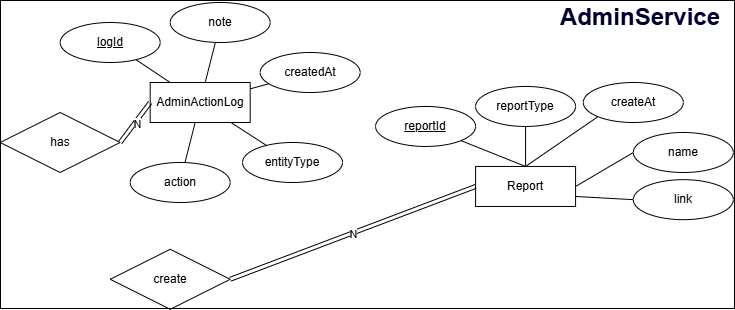
Before: images/chap6/erd/new-admin-service-erd.png, a diagram exported from draw.io (quechivvt/ecommerce-ai-agent-report). Source tidied: cells renumbered, new cells last; positions are measured from the earlier drawing's top-left corner, leaving out a move shared by most shapes.
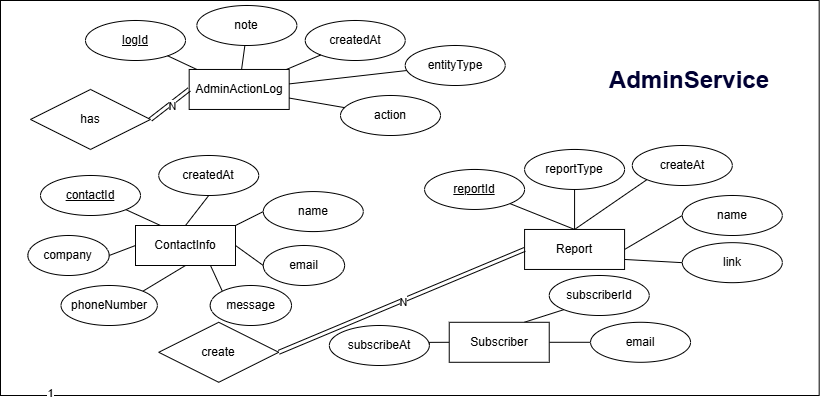
Later version of the same file.

Change to the diagram source:
```diff
@@ -2,96 +2,168 @@
   <root>
     <mxCell id="0" />
     <mxCell id="1" parent="0" />
-    <mxCell id="2" value="AdminActionLog" style="whiteSpace=wrap;html=1;align=center;" parent="1" vertex="1">
-      <mxGeometry x="149.7" y="83" width="100" height="40" as="geometry" />
+    <mxCell id="2" style="rounded=0;whiteSpace=wrap;html=1;" parent="1" vertex="1">
+      <mxGeometry x="-49" y="-62" width="818.7" height="395" as="geometry" />
     </mxCell>
-    <mxCell id="3" value="logId" style="ellipse;whiteSpace=wrap;html=1;align=center;fontStyle=4;" parent="1" vertex="1">
-      <mxGeometry x="59.7" y="23" width="100" height="40" as="geometry" />
+    <mxCell id="3" value="AdminActionLog" style="whiteSpace=wrap;html=1;align=center;" parent="1" vertex="1">
+      <mxGeometry x="139.7" y="7" width="100" height="40" as="geometry" />
     </mxCell>
-    <mxCell id="4" value="entityType" style="ellipse;whiteSpace=wrap;html=1;align=center;" parent="1" vertex="1">
-      <mxGeometry x="242" y="143" width="100" height="40" as="geometry" />
+    <mxCell id="4" value="logId" style="ellipse;whiteSpace=wrap;html=1;align=center;fontStyle=4;" parent="1" vertex="1">
+      <mxGeometry x="36" y="-42" width="100" height="40" as="geometry" />
     </mxCell>
-    <mxCell id="5" value="note" style="ellipse;whiteSpace=wrap;html=1;align=center;" parent="1" vertex="1">
-      <mxGeometry x="169.7" y="3" width="100" height="40" as="geometry" />
+    <mxCell id="5" value="entityType" style="ellipse;whiteSpace=wrap;html=1;align=center;" parent="1" vertex="1">
+      <mxGeometry x="355.7" y="-17" width="100" height="40" as="geometry" />
     </mxCell>
-    <mxCell id="6" value="action" style="ellipse;whiteSpace=wrap;html=1;align=center;" parent="1" vertex="1">
-      <mxGeometry x="129.7" y="163" width="100" height="40" as="geometry" />
+    <mxCell id="6" value="note" style="ellipse;whiteSpace=wrap;html=1;align=center;" parent="1" vertex="1">
+      <mxGeometry x="147.4" y="-57" width="100" height="40" as="geometry" />
     </mxCell>
-    <mxCell id="7" value="createdAt" style="ellipse;whiteSpace=wrap;html=1;align=center;" parent="1" vertex="1">
-      <mxGeometry x="259.7" y="53" width="100" height="40" as="geometry" />
+    <mxCell id="7" value="action" style="ellipse;whiteSpace=wrap;html=1;align=center;" parent="1" vertex="1">
+      <mxGeometry x="291" y="33" width="100" height="40" as="geometry" />
     </mxCell>
-    <mxCell id="8" style="endArrow=none;html=1;rounded=0;" parent="1" edge="1" source="3" target="2">
-      <mxGeometry relative="1" as="geometry" />
+    <mxCell id="8" value="createdAt" style="ellipse;whiteSpace=wrap;html=1;align=center;" parent="1" vertex="1">
+      <mxGeometry x="255.7" y="-42" width="100" height="40" as="geometry" />
     </mxCell>
-    <mxCell id="9" style="endArrow=none;html=1;rounded=0;" parent="1" edge="1" source="6" target="2">
+    <mxCell id="9" style="endArrow=none;html=1;rounded=0;" parent="1" edge="1" source="4" target="3">
       <mxGeometry relative="1" as="geometry" />
     </mxCell>
-    <mxCell id="10" style="endArrow=none;html=1;rounded=0;" parent="1" edge="1" source="4" target="2">
+    <mxCell id="10" style="endArrow=none;html=1;rounded=0;" parent="1" edge="1" source="7" target="3">
       <mxGeometry relative="1" as="geometry" />
     </mxCell>
-    <mxCell id="11" style="endArrow=none;html=1;rounded=0;" parent="1" edge="1" source="5" target="2">
+    <mxCell id="11" style="endArrow=none;html=1;rounded=0;" parent="1" edge="1" source="5" target="3">
       <mxGeometry relative="1" as="geometry" />
     </mxCell>
-    <mxCell id="12" style="endArrow=none;html=1;rounded=0;" parent="1" edge="1" source="2" target="7">
+    <mxCell id="12" style="endArrow=none;html=1;rounded=0;" parent="1" edge="1" source="6" target="3">
       <mxGeometry relative="1" as="geometry" />
     </mxCell>
-    <mxCell id="13" value="has" style="shape=rhombus;perimeter=rhombusPerimeter;whiteSpace=wrap;html=1;align=center;" parent="1" vertex="1">
-      <mxGeometry x="-0.3" y="113" width="120" height="60" as="geometry" />
+    <mxCell id="13" style="endArrow=none;html=1;rounded=0;" parent="1" edge="1" source="3" target="8">
+      <mxGeometry relative="1" as="geometry" />
     </mxCell>
-    <mxCell id="14" style="shape=link;html=1;rounded=0;exitX=1;exitY=0.5;exitDx=0;exitDy=0;entryX=0;entryY=0.5;entryDx=0;entryDy=0;" parent="1" edge="1" source="13" target="2">
-      <mxGeometry relative="1" as="geometry" />
+    <mxCell id="14" value="has" style="shape=rhombus;perimeter=rhombusPerimeter;whiteSpace=wrap;html=1;align=center;" parent="1" vertex="1">
+      <mxGeometry x="-19" y="27" width="120" height="60" as="geometry" />
     </mxCell>
-    <mxCell id="15" value="N" style="edgeLabel;html=1;align=center;verticalAlign=middle;" parent="14" vertex="1">
-      <mxGeometry y="-1" relative="1" as="geometry">
-        <mxPoint x="1" as="offset" />
-      </mxGeometry>
+    <mxCell id="15" style="shape=link;html=1;rounded=0;exitX=1;exitY=0.5;exitDx=0;exitDy=0;entryX=0;entryY=0.5;entryDx=0;entryDy=0;" parent="1" edge="1" source="14" target="3">
+      <mxGeometry relative="1" as="geometry" />
     </mxCell>
-    <mxCell id="16" style="rounded=0;jettySize=auto;html=1;exitX=1;exitY=0.5;exitDx=0;exitDy=0;entryX=0;entryY=0.5;entryDx=0;entryDy=0;endArrow=none;endFill=0;" parent="1" edge="1" source="18" target="28">
-      <mxGeometry relative="1" as="geometry" />
+    <mxCell id="16" value="N" style="edgeLabel;html=1;align=center;verticalAlign=middle;" parent="15" vertex="1">
+      <mxGeometry y="-1" relative="1" as="geometry">
+        <mxPoint x="1" as="offset" />
+      </mxGeometry>
     </mxCell>
-    <mxCell id="17" style="rounded=0;jettySize=auto;html=1;exitX=1;exitY=0.75;exitDx=0;exitDy=0;entryX=0;entryY=0.5;entryDx=0;entryDy=0;endArrow=none;endFill=0;" parent="1" edge="1" source="18" target="29">
+    <mxCell id="17" style="rounded=0;jettySize=auto;html=1;exitX=1;exitY=0.5;exitDx=0;exitDy=0;entryX=0;entryY=0.5;entryDx=0;entryDy=0;endArrow=none;endFill=0;" parent="1" edge="1" source="19" target="30">
       <mxGeometry relative="1" as="geometry" />
     </mxCell>
-    <mxCell id="18" value="Report" style="whiteSpace=wrap;html=1;align=center;" parent="1" vertex="1">
-      <mxGeometry x="475.1" y="167" width="100" height="40" as="geometry" />
+    <mxCell id="18" style="rounded=0;jettySize=auto;html=1;exitX=1;exitY=0.75;exitDx=0;exitDy=0;entryX=0;entryY=0.5;entryDx=0;entryDy=0;endArrow=none;endFill=0;" parent="1" edge="1" source="19" target="31">
+      <mxGeometry relative="1" as="geometry" />
     </mxCell>
-    <mxCell id="19" value="reportId" style="ellipse;whiteSpace=wrap;html=1;align=center;fontStyle=4;" parent="1" vertex="1">
-      <mxGeometry x="375.1" y="107" width="100" height="40" as="geometry" />
+    <mxCell id="19" value="Report" style="whiteSpace=wrap;html=1;align=center;" parent="1" vertex="1">
+      <mxGeometry x="475.1" y="167" width="100" height="40" as="geometry" />
     </mxCell>
-    <mxCell id="20" value="reportType" style="ellipse;whiteSpace=wrap;html=1;align=center;" parent="1" vertex="1">
-      <mxGeometry x="475.1" y="87" width="100" height="40" as="geometry" />
+    <mxCell id="20" value="reportId" style="ellipse;whiteSpace=wrap;html=1;align=center;fontStyle=4;" parent="1" vertex="1">
+      <mxGeometry x="375.1" y="107" width="100" height="40" as="geometry" />
     </mxCell>
-    <mxCell id="21" value="createAt" style="ellipse;whiteSpace=wrap;html=1;align=center;" parent="1" vertex="1">
-      <mxGeometry x="582.8" y="83" width="100" height="40" as="geometry" />
+    <mxCell id="21" value="reportType" style="ellipse;whiteSpace=wrap;html=1;align=center;" parent="1" vertex="1">
+      <mxGeometry x="475.1" y="87" width="100" height="40" as="geometry" />
     </mxCell>
-    <mxCell id="22" style="endArrow=none;html=1;rounded=0;entryX=0;entryY=1;entryDx=0;entryDy=0;exitX=0.5;exitY=0;exitDx=0;exitDy=0;" parent="1" edge="1" source="18" target="21">
-      <mxGeometry relative="1" as="geometry" />
+    <mxCell id="22" value="createAt" style="ellipse;whiteSpace=wrap;html=1;align=center;" parent="1" vertex="1">
+      <mxGeometry x="582.8" y="83" width="100" height="40" as="geometry" />
     </mxCell>
-    <mxCell id="23" style="endArrow=none;html=1;rounded=0;exitX=0.5;exitY=0;exitDx=0;exitDy=0;entryX=0.5;entryY=1;entryDx=0;entryDy=0;" parent="1" edge="1" source="18" target="20">
+    <mxCell id="23" style="endArrow=none;html=1;rounded=0;entryX=0;entryY=1;entryDx=0;entryDy=0;exitX=0.5;exitY=0;exitDx=0;exitDy=0;" parent="1" edge="1" source="19" target="22">
       <mxGeometry relative="1" as="geometry" />
     </mxCell>
-    <mxCell id="24" style="endArrow=none;html=1;rounded=0;entryX=1;entryY=1;entryDx=0;entryDy=0;exitX=0.5;exitY=0;exitDx=0;exitDy=0;" parent="1" edge="1" source="18" target="19">
+    <mxCell id="24" style="endArrow=none;html=1;rounded=0;exitX=0.5;exitY=0;exitDx=0;exitDy=0;entryX=0.5;entryY=1;entryDx=0;entryDy=0;" parent="1" edge="1" source="19" target="21">
       <mxGeometry relative="1" as="geometry" />
     </mxCell>
-    <mxCell id="25" value="create" style="shape=rhombus;perimeter=rhombusPerimeter;whiteSpace=wrap;html=1;align=center;" parent="1" vertex="1">
-      <mxGeometry x="109.7" y="249.8" width="120" height="60" as="geometry" />
+    <mxCell id="25" style="endArrow=none;html=1;rounded=0;entryX=1;entryY=1;entryDx=0;entryDy=0;exitX=0.5;exitY=0;exitDx=0;exitDy=0;" parent="1" edge="1" source="19" target="20">
+      <mxGeometry relative="1" as="geometry" />
     </mxCell>
-    <mxCell id="26" style="shape=link;html=1;rounded=0;exitX=1;exitY=0.5;exitDx=0;exitDy=0;entryX=0;entryY=0.5;entryDx=0;entryDy=0;" parent="1" edge="1" source="25" target="18">
-      <mxGeometry relative="1" as="geometry" />
+    <mxCell id="26" value="create" style="shape=rhombus;perimeter=rhombusPerimeter;whiteSpace=wrap;html=1;align=center;" parent="1" vertex="1">
+      <mxGeometry x="109.2" y="259.8" width="120" height="60" as="geometry" />
     </mxCell>
-    <mxCell id="27" value="N" style="edgeLabel;html=1;align=center;verticalAlign=middle;" parent="26" vertex="1">
-      <mxGeometry y="-1" relative="1" as="geometry">
-        <mxPoint x="1" as="offset" />
-      </mxGeometry>
+    <mxCell id="27" value="1" style="edgeLabel;html=1;align=center;verticalAlign=middle;" parent="1" vertex="1">
+      <mxGeometry x="-0.1" y="330.3" as="geometry" />
     </mxCell>
-    <mxCell id="28" value="name" style="ellipse;whiteSpace=wrap;html=1;align=center;" parent="1" vertex="1">
-      <mxGeometry x="632.8" y="133" width="100" height="40" as="geometry" />
+    <mxCell id="28" style="shape=link;html=1;rounded=0;exitX=1;exitY=0.5;exitDx=0;exitDy=0;entryX=0;entryY=0.5;entryDx=0;entryDy=0;" parent="1" edge="1" source="26" target="19">
+      <mxGeometry relative="1" as="geometry" />
     </mxCell>
-    <mxCell id="29" value="link" style="ellipse;whiteSpace=wrap;html=1;align=center;" parent="1" vertex="1">
-      <mxGeometry x="632.8" y="180.2" width="100" height="40" as="geometry" />
+    <mxCell id="29" value="N" style="edgeLabel;html=1;align=center;verticalAlign=middle;points=[];" parent="28" vertex="1">
+      <mxGeometry y="-1" relative="1" as="geometry">
+        <mxPoint x="1" as="offset" />
+      </mxGeometry>
     </mxCell>
-    <mxCell id="30" value="&lt;font style=&quot;font-size: 24px;&quot;&gt;AdminService&lt;/font&gt;" style="text;html=1;whiteSpace=wrap;strokeColor=none;fillColor=none;align=center;verticalAlign=middle;rounded=0;fontStyle=1;fontColor=#000033;" parent="1" vertex="1">
-      <mxGeometry x="579.7" y="0.5" width="120" height="35" as="geometry" />
+    <mxCell id="30" value="name" style="ellipse;whiteSpace=wrap;html=1;align=center;" parent="1" vertex="1">
+      <mxGeometry x="632.8" y="133" width="100" height="40" as="geometry" />
     </mxCell>
+    <mxCell id="31" value="link" style="ellipse;whiteSpace=wrap;html=1;align=center;" parent="1" vertex="1">
+      <mxGeometry x="632.8" y="180.2" width="100" height="40" as="geometry" />
+    </mxCell>
+    <mxCell id="32" value="&lt;font style=&quot;font-size: 24px;&quot;&gt;AdminService&lt;/font&gt;" style="text;html=1;whiteSpace=wrap;strokeColor=none;fillColor=none;align=center;verticalAlign=middle;rounded=0;fontStyle=1;fontColor=#000033;" parent="1" vertex="1">
+      <mxGeometry x="579.7" y="0.5" width="120" height="35" as="geometry" />
+    </mxCell>
+    <mxCell id="33" style="edgeStyle=orthogonalEdgeStyle;rounded=0;jettySize=auto;html=1;exitX=1;exitY=0.5;exitDx=0;exitDy=0;endArrow=none;endFill=0;" parent="1" edge="1" source="36" target="37">
+      <mxGeometry relative="1" as="geometry" />
+    </mxCell>
+    <mxCell id="34" style="rounded=0;jettySize=auto;html=1;exitX=0.75;exitY=0;exitDx=0;exitDy=0;entryX=0;entryY=1;entryDx=0;entryDy=0;endArrow=none;endFill=0;" parent="1" edge="1" source="36" target="38">
+      <mxGeometry relative="1" as="geometry" />
+    </mxCell>
+    <mxCell id="35" style="edgeStyle=orthogonalEdgeStyle;rounded=0;jettySize=auto;html=1;exitX=0;exitY=0.5;exitDx=0;exitDy=0;entryX=1;entryY=0.5;entryDx=0;entryDy=0;endArrow=none;endFill=0;" parent="1" edge="1" source="36" target="39">
+      <mxGeometry relative="1" as="geometry" />
+    </mxCell>
+    <mxCell id="36" value="Subscriber" style="whiteSpace=wrap;html=1;align=center;" parent="1" vertex="1">
+      <mxGeometry x="399.7" y="259.8" width="100" height="40" as="geometry" />
+    </mxCell>
+    <mxCell id="37" value="email" style="ellipse;whiteSpace=wrap;html=1;align=center;" parent="1" vertex="1">
+      <mxGeometry x="541.1" y="259.8" width="100" height="40" as="geometry" />
+    </mxCell>
+    <mxCell id="38" value="subscriberId" style="ellipse;whiteSpace=wrap;html=1;align=center;" parent="1" vertex="1">
+      <mxGeometry x="499.7" y="213" width="100" height="40" as="geometry" />
+    </mxCell>
+    <mxCell id="39" value="subscribeAt" style="ellipse;whiteSpace=wrap;html=1;align=center;" parent="1" vertex="1">
+      <mxGeometry x="279.8" y="263" width="100" height="40" as="geometry" />
+    </mxCell>
+    <mxCell id="40" style="edgeStyle=none;rounded=0;jettySize=auto;html=1;exitX=0.25;exitY=0;exitDx=0;exitDy=0;entryX=1;entryY=1;entryDx=0;entryDy=0;endArrow=none;endFill=0;" parent="1" edge="1" source="47" target="48">
+      <mxGeometry relative="1" as="geometry" />
+    </mxCell>
+    <mxCell id="41" style="edgeStyle=none;rounded=0;jettySize=auto;html=1;exitX=0.5;exitY=0;exitDx=0;exitDy=0;entryX=0.5;entryY=1;entryDx=0;entryDy=0;endArrow=none;endFill=0;" parent="1" edge="1" source="47" target="49">
+      <mxGeometry relative="1" as="geometry" />
+    </mxCell>
+    <mxCell id="42" style="edgeStyle=none;rounded=0;jettySize=auto;html=1;exitX=1;exitY=0;exitDx=0;exitDy=0;entryX=0;entryY=0.5;entryDx=0;entryDy=0;endArrow=none;endFill=0;" parent="1" edge="1" source="47" target="50">
+      <mxGeometry relative="1" as="geometry" />
+    </mxCell>
+    <mxCell id="43" style="edgeStyle=none;rounded=0;jettySize=auto;html=1;exitX=1;exitY=0.5;exitDx=0;exitDy=0;entryX=0;entryY=0.5;entryDx=0;entryDy=0;endArrow=none;endFill=0;" parent="1" edge="1" source="47" target="53">
+      <mxGeometry relative="1" as="geometry" />
+    </mxCell>
+    <mxCell id="44" style="edgeStyle=none;rounded=0;jettySize=auto;html=1;exitX=0.75;exitY=1;exitDx=0;exitDy=0;entryX=0;entryY=0;entryDx=0;entryDy=0;endArrow=none;endFill=0;" parent="1" edge="1" source="47" target="54">
+      <mxGeometry relative="1" as="geometry" />
+    </mxCell>
+    <mxCell id="45" style="edgeStyle=none;rounded=0;jettySize=auto;html=1;exitX=0.5;exitY=1;exitDx=0;exitDy=0;entryX=1;entryY=0;entryDx=0;entryDy=0;endArrow=none;endFill=0;" parent="1" edge="1" source="47" target="52">
+      <mxGeometry relative="1" as="geometry" />
+    </mxCell>
+    <mxCell id="46" style="edgeStyle=none;rounded=0;jettySize=auto;html=1;exitX=0;exitY=0.5;exitDx=0;exitDy=0;entryX=1;entryY=0.5;entryDx=0;entryDy=0;endArrow=none;endFill=0;" parent="1" edge="1" source="47" target="51">
+      <mxGeometry relative="1" as="geometry" />
+    </mxCell>
+    <mxCell id="47" value="ContactInfo" style="whiteSpace=wrap;html=1;align=center;" parent="1" vertex="1">
+      <mxGeometry x="86" y="163" width="100" height="40" as="geometry" />
+    </mxCell>
+    <mxCell id="48" value="contactId" style="ellipse;whiteSpace=wrap;html=1;align=center;fontStyle=4;" parent="1" vertex="1">
+      <mxGeometry x="-9" y="113" width="100" height="40" as="geometry" />
+    </mxCell>
+    <mxCell id="49" value="createdAt" style="ellipse;whiteSpace=wrap;html=1;align=center;" parent="1" vertex="1">
+      <mxGeometry x="109.2" y="93" width="100" height="40" as="geometry" />
+    </mxCell>
+    <mxCell id="50" value="name" style="ellipse;whiteSpace=wrap;html=1;align=center;" parent="1" vertex="1">
+      <mxGeometry x="213.8" y="129.1" width="100" height="40" as="geometry" />
+    </mxCell>
+    <mxCell id="51" value="company" style="ellipse;whiteSpace=wrap;html=1;align=center;" parent="1" vertex="1">
+      <mxGeometry x="-21.6" y="173" width="81.3" height="40" as="geometry" />
+    </mxCell>
+    <mxCell id="52" value="phoneNumber" style="ellipse;whiteSpace=wrap;html=1;align=center;" parent="1" vertex="1">
+      <mxGeometry x="11.5" y="223" width="96.3" height="40" as="geometry" />
+    </mxCell>
+    <mxCell id="53" value="email" style="ellipse;whiteSpace=wrap;html=1;align=center;" parent="1" vertex="1">
+      <mxGeometry x="213.8" y="183" width="81.3" height="40" as="geometry" />
+    </mxCell>
+    <mxCell id="54" value="message" style="ellipse;whiteSpace=wrap;html=1;align=center;" parent="1" vertex="1">
+      <mxGeometry x="160.7" y="223" width="81.3" height="40" as="geometry" />
+    </mxCell>
   </root>
 </mxGraphModel>
```
